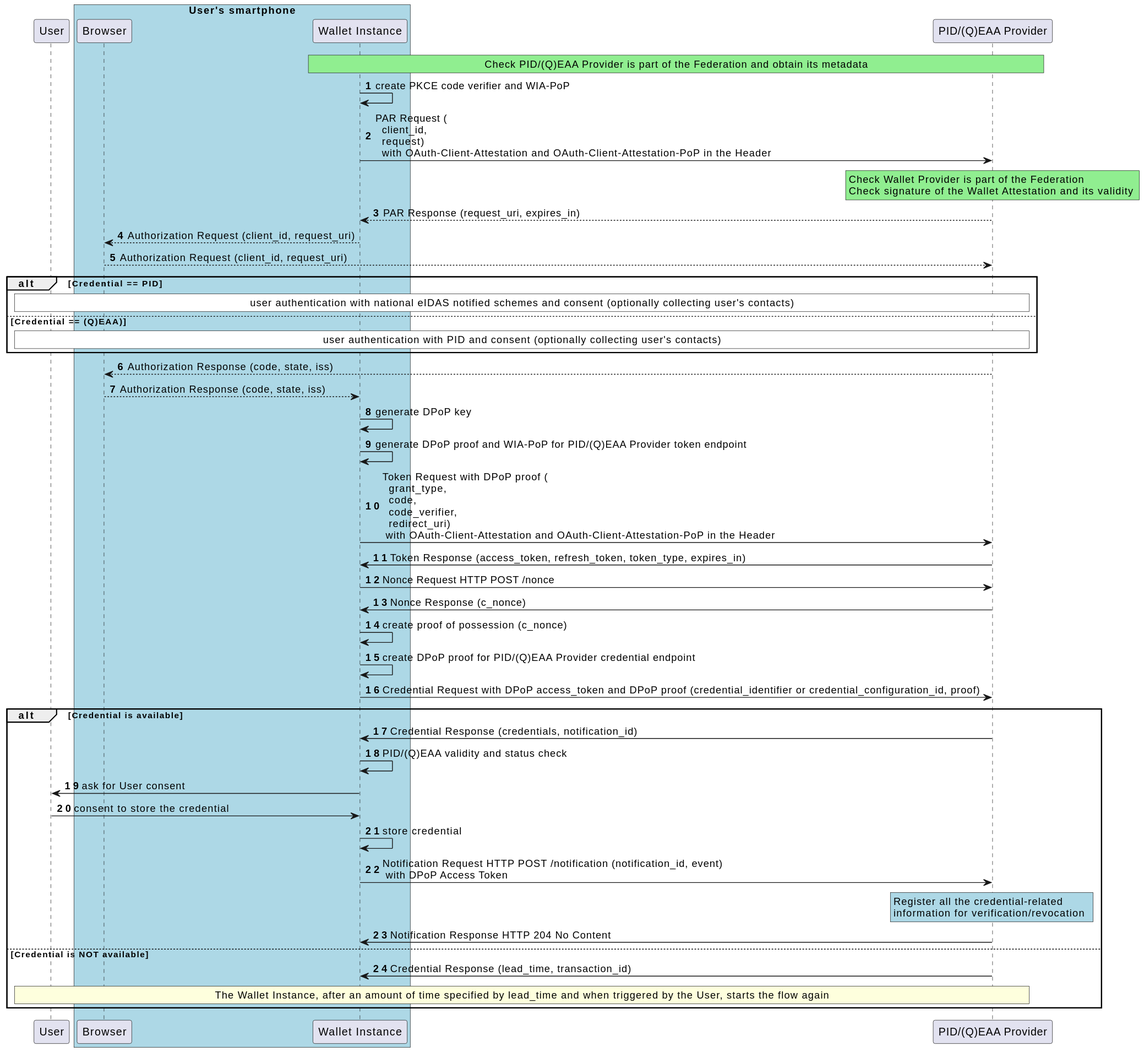
This is images/Low-Level-Flow-ITWallet-PID-QEAA-Issuance.svg from fmarino-ipzs/eid-it-wallet-docs, a PlantUML export, as it was before one commit.
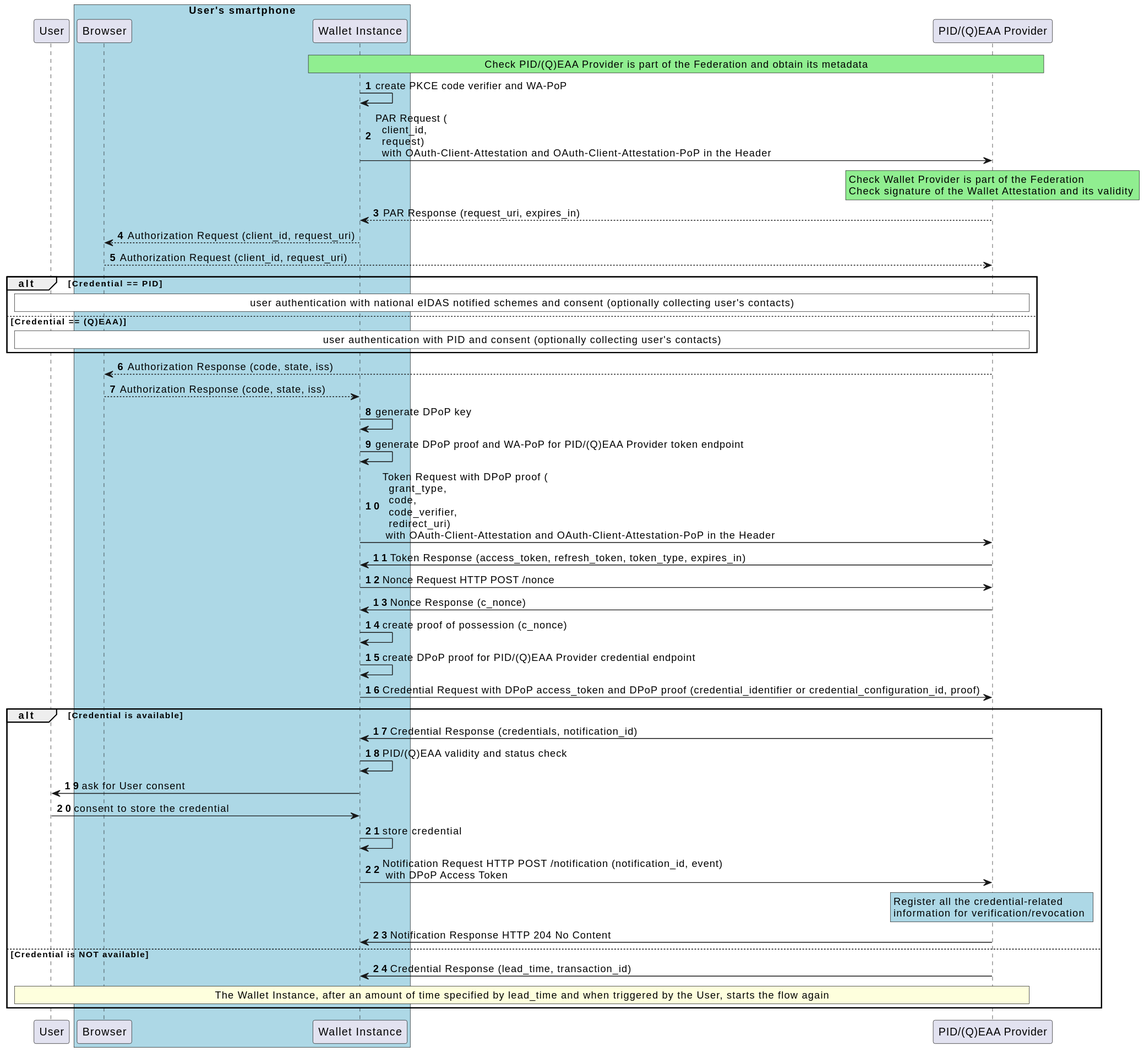
After the commit.

Commit message:
fix: WIA -> WA fixed in flow diagram

What changed in the source:
```diff
@@ -14,7 +14,7 @@
 Check PID/(Q)EAA Provider is part of the Federation and obtain its metadata
 endrnote
 
-w -> w : create PKCE code verifier and WIA-PoP
+w -> w : create PKCE code verifier and WA-PoP
 
 w -> i : PAR Request (\n  client_id,\n  request) \n  with OAuth-Client-Attestation and OAuth-Client-Attestation-PoP in the Header
 rnote over i #LIGHTGREEN
@@ -44,7 +44,7 @@
 
 w -> w : generate DPoP key
 
-w -> w : generate DPoP proof and WIA-PoP for PID/(Q)EAA Provider token endpoint
+w -> w : generate DPoP proof and WA-PoP for PID/(Q)EAA Provider token endpoint
 
 
 w -> i : Token Request with DPoP proof (\n  grant_type,\n  code,\n  code_verifier,\n  redirect_uri) \n with OAuth-Client-Attestation and OAuth-Client-Attestation-PoP in the Header
```
